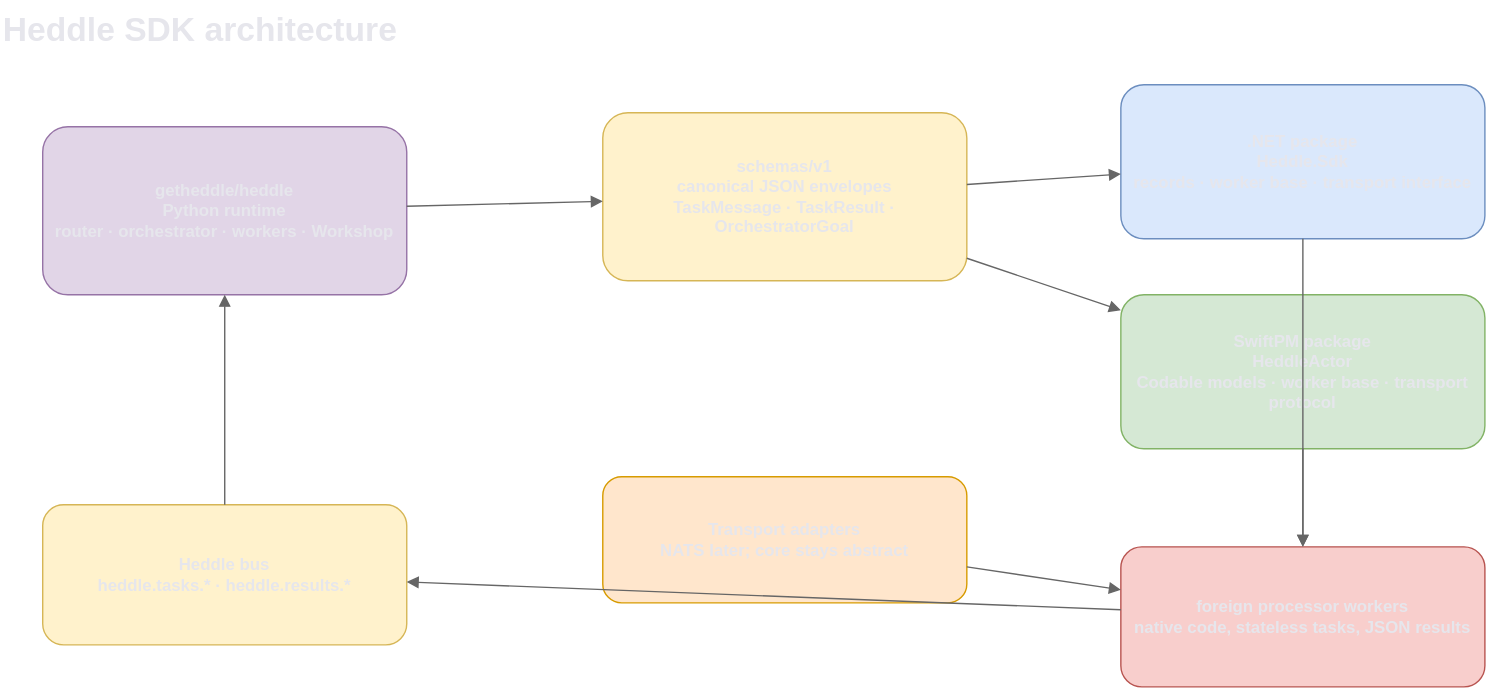
The draw.io diagram docs/images/sdk-architecture-dark.svg in getheddle/heddle-sdk, before a commit. Source tidied: cells renumbered, new cells last; positions are measured from the earlier drawing's top-left corner, leaving out a move shared by most shapes.
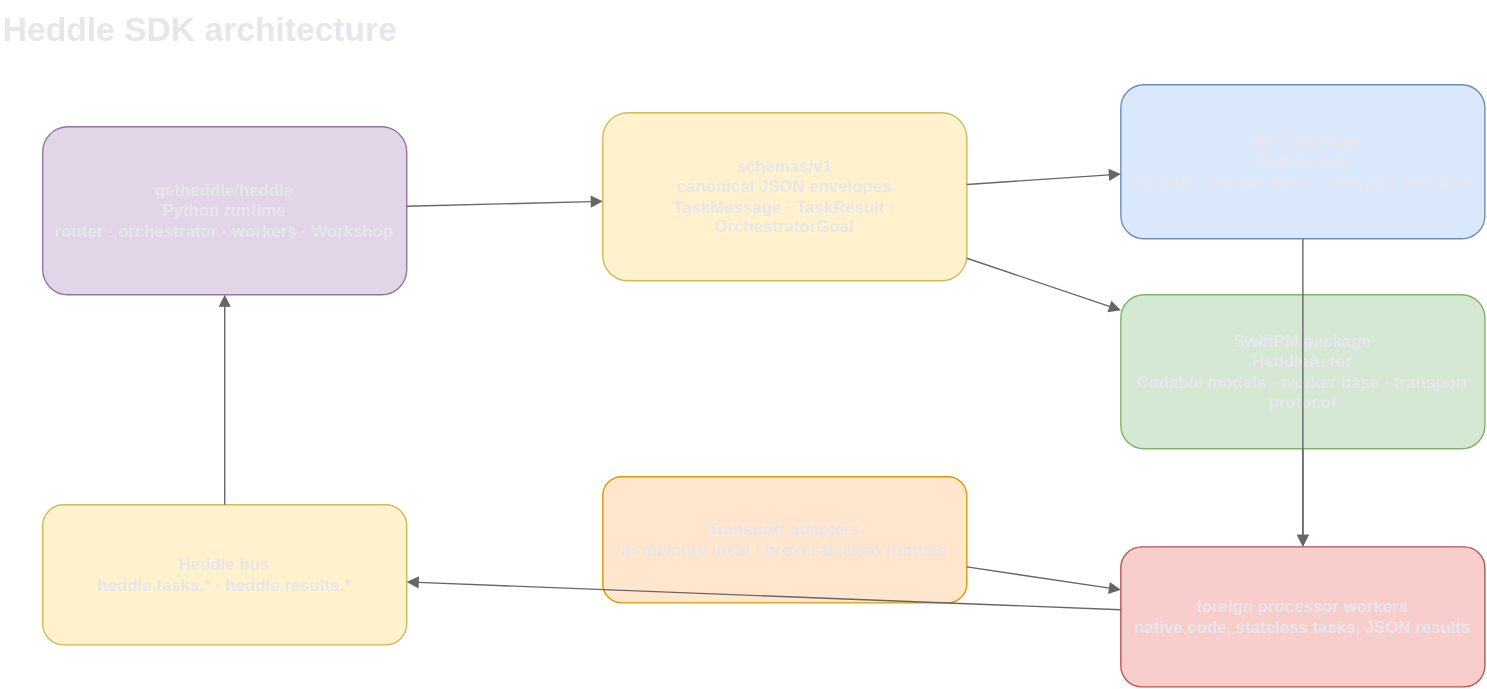
Above is the later version.

Commit message:
chore(diagrams): auto-export drawio + dark variants

Diff of the diagram source:
```diff
@@ -17,7 +17,7 @@
     <mxCell id="6" value="SwiftPM package&lt;br&gt;HeddleActor&lt;br&gt;Codable models · worker base · transport protocol" style="rounded=1;whiteSpace=wrap;html=1;fillColor=#2c4a2a;strokeColor=#9ad075;fontColor=#e6e6ec;fontStyle=1;" parent="1" vertex="1">
       <mxGeometry x="800" y="210" width="260" height="110" as="geometry" />
     </mxCell>
-    <mxCell id="7" value="Transport adapters&lt;br&gt;NATS later; core stays abstract" style="rounded=1;whiteSpace=wrap;html=1;fillColor=#4a3618;strokeColor=#e8b440;fontColor=#e6e6ec;fontStyle=1;" parent="1" vertex="1">
+    <mxCell id="7" value="Transport adapters&lt;br&gt;in-memory local · broker-backed runtime" style="rounded=1;whiteSpace=wrap;html=1;fillColor=#4a3618;strokeColor=#e8b440;fontColor=#e6e6ec;fontStyle=1;" parent="1" vertex="1">
       <mxGeometry x="430" y="340" width="260" height="90" as="geometry" />
     </mxCell>
     <mxCell id="8" value="foreign processor workers&lt;br&gt;native code, stateless tasks, JSON results" style="rounded=1;whiteSpace=wrap;html=1;fillColor=#5a2e2c;strokeColor=#e88a85;fontColor=#e6e6ec;fontStyle=1;" parent="1" vertex="1">
```
